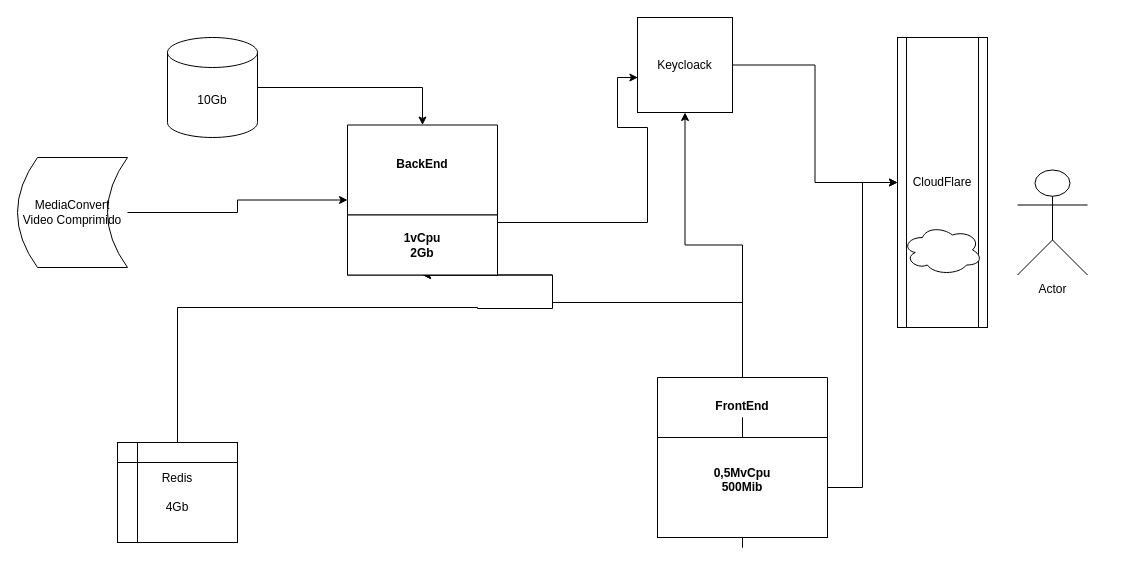
Above: repo.drawio in marski10/Projects-Marksi (draw.io), before the change. Source tidied: cells renumbered, new cells numbered last; positions are measured from the earlier drawing's top-left corner, leaving out a move shared by most shapes. Both pictures are drawn from the tidied source at 100%, with x=0, y=0 at pixel (17, 17).
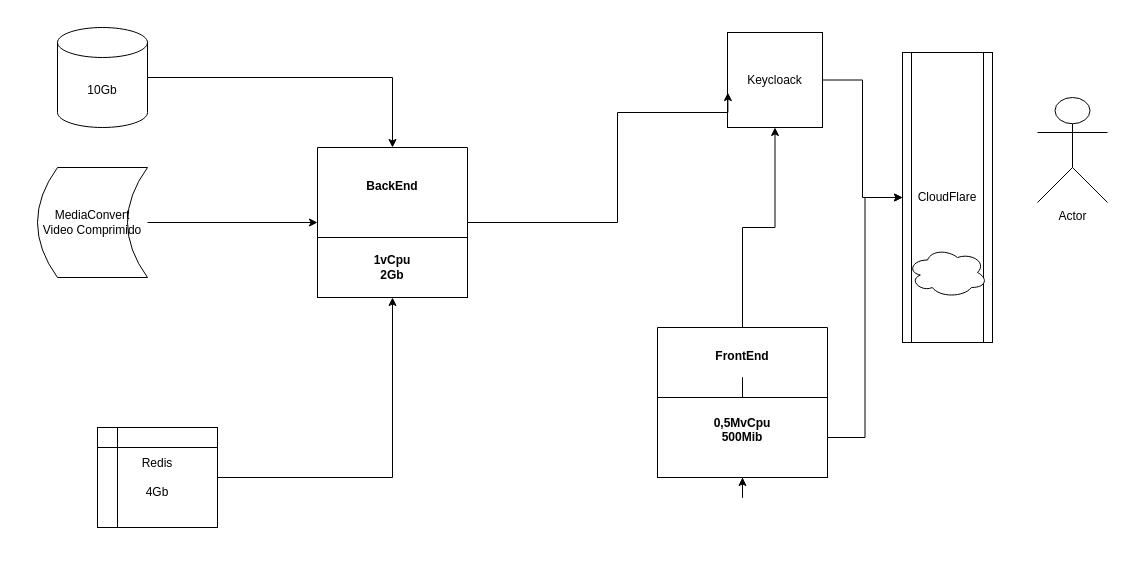
The same page after the edit.

The change refers to these unchanged cells:
```xml
<mxCell id="14" value="&lt;span style=&quot;font-weight: 700; text-wrap: nowrap;&quot;&gt;1vCpu&lt;/span&gt;&lt;br style=&quot;padding: 0px; margin: 0px; font-weight: 700; text-wrap: nowrap;&quot;&gt;&lt;span style=&quot;font-weight: 700; text-wrap: nowrap;&quot;&gt;2Gb&lt;/span&gt;" style="whiteSpace=wrap;html=1;" parent="13" vertex="1">
  <mxGeometry y="90" width="150" height="60" as="geometry" />
</mxCell>
```

Diff of the diagram source:
```diff
@@
     <mxCell id="3" value="MediaConvert&lt;br&gt;Video Comprimido" style="whiteSpace=wrap;html=1;shape=dataStorage;fixedSize=1;" parent="1" vertex="1">
-      <mxGeometry y="140" width="110" height="110" as="geometry" />
+      <mxGeometry x="20" y="150" width="110" height="110" as="geometry" />
     </mxCell>
@@
     <mxCell id="5" value="10Gb" style="shape=cylinder3;whiteSpace=wrap;html=1;boundedLbl=1;backgroundOutline=1;size=15;" parent="1" vertex="1">
-      <mxGeometry x="150" y="20" width="90" height="100" as="geometry" />
+      <mxGeometry x="40" y="10" width="90" height="100" as="geometry" />
     </mxCell>
-    <mxCell id="6" style="edgeStyle=orthogonalEdgeStyle;rounded=0;jettySize=auto;html=1;entryX=0.5;entryY=1;entryDx=0;entryDy=0;exitX=0.5;exitY=1;exitDx=0;exitDy=0;" parent="1" edge="1" source="10" target="13">
-      <mxGeometry relative="1" as="geometry">
-        <Array as="points">
-          <mxPoint x="535" y="285" />
-        </Array>
-      </mxGeometry>
-    </mxCell>
     <mxCell id="7" style="edgeStyle=orthogonalEdgeStyle;rounded=0;jettySize=auto;html=1;entryX=0.5;entryY=1;entryDx=0;entryDy=0;" parent="1" edge="1" source="8" target="14">
-      <mxGeometry relative="1" as="geometry">
-        <Array as="points">
-          <mxPoint x="460" y="290" />
-          <mxPoint x="460" y="291" />
-          <mxPoint x="535" y="291" />
-        </Array>
-      </mxGeometry>
+      <mxGeometry relative="1" as="geometry" />
     </mxCell>
     <mxCell id="8" value="Redis&lt;br&gt;&lt;br&gt;4Gb" style="shape=internalStorage;whiteSpace=wrap;html=1;backgroundOutline=1;" parent="1" vertex="1">
-      <mxGeometry x="100" y="425" width="120" height="100" as="geometry" />
+      <mxGeometry x="80" y="410" width="120" height="100" as="geometry" />
     </mxCell>
@@
     <mxCell id="10" value="FrontEnd&#10;" style="swimlane;startSize=70;" parent="1" vertex="1">
-      <mxGeometry x="640" y="360" width="170" height="150" as="geometry" />
+      <mxGeometry x="640" y="310" width="170" height="150" as="geometry" />
     </mxCell>
@@
     <mxCell id="12" value="&#10;&lt;span style=&quot;color: rgb(0, 0, 0); font-family: Helvetica; font-size: 12px; font-style: normal; font-variant-ligatures: normal; font-variant-caps: normal; font-weight: 700; letter-spacing: normal; orphans: 2; text-align: center; text-indent: 0px; text-transform: none; widows: 2; word-spacing: 0px; -webkit-text-stroke-width: 0px; white-space: nowrap; background-color: rgb(251, 251, 251); text-decoration-thickness: initial; text-decoration-style: initial; text-decoration-color: initial; display: inline !important; float: none;&quot;&gt;0,5MvCpu&lt;/span&gt;&lt;br style=&quot;forced-color-adjust: none; padding: 0px; margin: 0px; color: rgb(0, 0, 0); font-family: Helvetica; font-size: 12px; font-style: normal; font-variant-ligatures: normal; font-variant-caps: normal; font-weight: 700; letter-spacing: normal; orphans: 2; text-align: center; text-indent: 0px; text-transform: none; widows: 2; word-spacing: 0px; -webkit-text-stroke-width: 0px; white-space: nowrap; background-color: rgb(251, 251, 251); text-decoration-thickness: initial; text-decoration-style: initial; text-decoration-color: initial;&quot;&gt;&lt;span style=&quot;color: rgb(0, 0, 0); font-family: Helvetica; font-size: 12px; font-style: normal; font-variant-ligatures: normal; font-variant-caps: normal; font-weight: 700; letter-spacing: normal; orphans: 2; text-align: center; text-indent: 0px; text-transform: none; widows: 2; word-spacing: 0px; -webkit-text-stroke-width: 0px; white-space: nowrap; background-color: rgb(251, 251, 251); text-decoration-thickness: initial; text-decoration-style: initial; text-decoration-color: initial; display: inline !important; float: none;&quot;&gt;500Mib&lt;/span&gt;&#10;&#10;" style="whiteSpace=wrap;html=1;" parent="10" vertex="1">
-      <mxGeometry y="60" width="170" height="100" as="geometry" />
+      <mxGeometry y="70" width="170" height="80" as="geometry" />
     </mxCell>
     <mxCell id="13" value="BackEnd&#10;" style="swimlane;startSize=90;" parent="1" vertex="1">
-      <mxGeometry x="330" y="107.5" width="150" height="150" as="geometry" />
+      <mxGeometry x="300" y="130" width="150" height="150" as="geometry" />
     </mxCell>
@@
     <mxCell id="16" value="Keycloack" style="whiteSpace=wrap;html=1;" parent="1" vertex="1">
-      <mxGeometry x="620" width="95" height="95" as="geometry" />
+      <mxGeometry x="710" y="15" width="95" height="95" as="geometry" />
     </mxCell>
     <mxCell id="17" style="edgeStyle=orthogonalEdgeStyle;rounded=0;jettySize=auto;html=1;entryX=0.004;entryY=0.632;entryDx=0;entryDy=0;entryPerimeter=0;" parent="1" edge="1" source="13" target="16">
       <mxGeometry relative="1" as="geometry">
         <Array as="points">
-          <mxPoint x="630" y="205" />
-          <mxPoint x="630" y="110" />
-          <mxPoint x="600" y="110" />
-          <mxPoint x="600" y="60" />
+          <mxPoint x="600" y="205" />
+          <mxPoint x="600" y="95" />
         </Array>
       </mxGeometry>
     </mxCell>
     <mxCell id="18" value="Actor" style="shape=umlActor;verticalLabelPosition=bottom;verticalAlign=top;html=1;" parent="1" vertex="1">
-      <mxGeometry x="1000" y="152.5" width="70" height="105" as="geometry" />
+      <mxGeometry x="1020" y="80" width="70" height="105" as="geometry" />
     </mxCell>
     <mxCell id="19" value="CloudFlare" style="shape=process;whiteSpace=wrap;html=1;backgroundOutline=1;" parent="1" vertex="1">
-      <mxGeometry x="880" y="20" width="90" height="290" as="geometry" />
+      <mxGeometry x="885" y="35" width="90" height="290" as="geometry" />
     </mxCell>
@@
     <mxCell id="21" style="ellipse;shape=cloud;whiteSpace=wrap;html=1;" parent="1" vertex="1">
-      <mxGeometry x="885" y="207.5" width="80" height="50" as="geometry" />
+      <mxGeometry x="890" y="230" width="80" height="50" as="geometry" />
     </mxCell>
```
